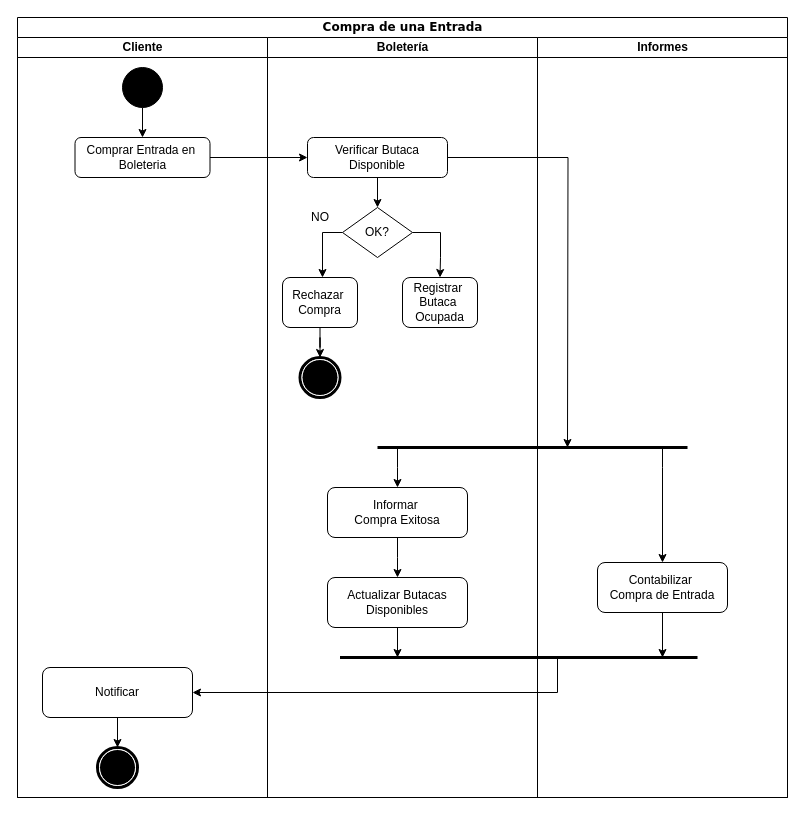
Earlier version of the draw.io diagram TP3/Diagramas/Actividad/comprarEntrada.drawio (mauro7x/aninfo). Source tidied: cells renumbered, new cells numbered last; positions are measured from the earlier drawing's top-left corner, leaving out a move shared by most shapes. Both pictures are drawn from the tidied source at 100%, with x=0, y=0 at pixel (17, 17).
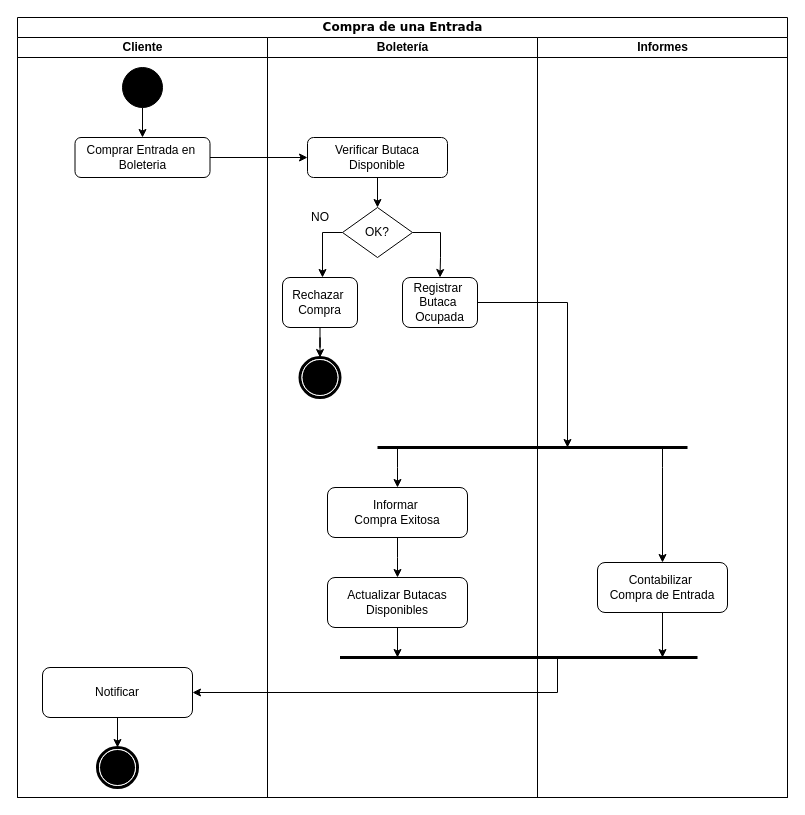
The same page after the edit.

Commit message (it also covers changes not shown here):
Fixes compra entrada activity diagram

The change refers to these unchanged cells:
```xml
<mxCell id="19" value="Verificar Butaca Disponible" style="rounded=1;whiteSpace=wrap;html=1;" parent="10" vertex="1">
  <mxGeometry x="40" y="100" width="140" height="40" as="geometry" />
</mxCell>
<mxCell id="22" value="Registrar&amp;nbsp;&lt;br&gt;Butaca&amp;nbsp;&lt;br&gt;Ocupada" style="rounded=1;whiteSpace=wrap;html=1;" parent="10" vertex="1">
  <mxGeometry x="135" y="240" width="75" height="50" as="geometry" />
</mxCell>
```

Change to the diagram source:
```diff
@@
-    <mxCell id="35" style="edgeStyle=orthogonalEdgeStyle;rounded=0;jettySize=auto;html=1;" parent="1" edge="1" source="19">
+    <mxCell id="35" style="edgeStyle=orthogonalEdgeStyle;rounded=0;jettySize=auto;html=1;exitX=1;exitY=0.5;exitDx=0;exitDy=0;" parent="1" edge="1" source="22">
       <mxGeometry relative="1" as="geometry">
         <mxPoint x="550" y="430" as="targetPoint" />
+        <Array as="points">
+          <mxPoint x="550" y="285" />
+        </Array>
       </mxGeometry>
     </mxCell>
```
